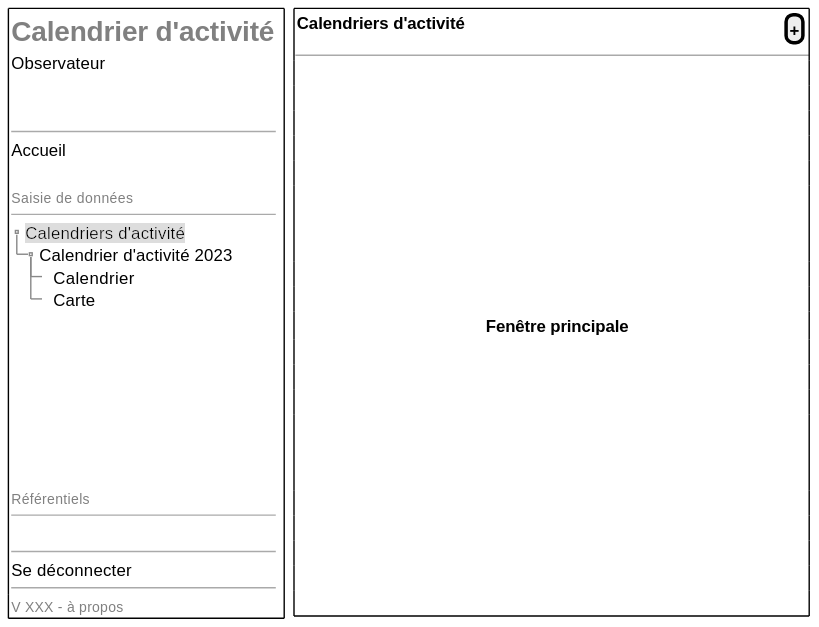
The PlantUML diagram projects/activity-calendar/spe/images/activity-calendar-tree-expanded.svg in sumaris-net/sumaris-doc, before a commit. Its diagram source:
```plantuml
@startsalt
{
  {+
   {
       <b><font color=grey size=20>Calendrier d'activité
       Observateur
       .
       .
       --
       Accueil    | .
       .
       <font color=grey size=10>Saisie de données
       --
        {T
                   +<back:#DDD>Calendriers d'activité
                   ++ Calendrier d'activité 2023 | .
                   +++ Calendrier | .
                   +++ Carte | .
              }

       .
       .
       .
       .
       .
       .

       .
       <font color=grey size=10>Référentiels
       --
       .

       --
       Se déconnecter       | .
       --
   }

   {
      <font color=grey size=10>V XXX - à propos
   }
  } | . | {+
    { <b>Calendriers d'activité | . |  . |  . | . | . | . | . | . | . | . | . | . | . | . | . | . | . |. |. |. |. |. |. |. |. |. |. |. |. |. |. |. |. |. |. |. |. |. |. |. |. |. |. |. |. |[<b>+] }
    --
    .
    .
    .
    .
    .
    .
    .
    .
    .
    .
    { | . | . | . | . | . | . | . | . | . | . | . | . | . | . | . | . | . | . | . | . | . | . | . | . | . | . | . | <b>Fenêtre principale }
    .
    .
    .
    .
    .
    .
    .
    .
    .
    .
    .

    } | . |
}
@endsalt
```
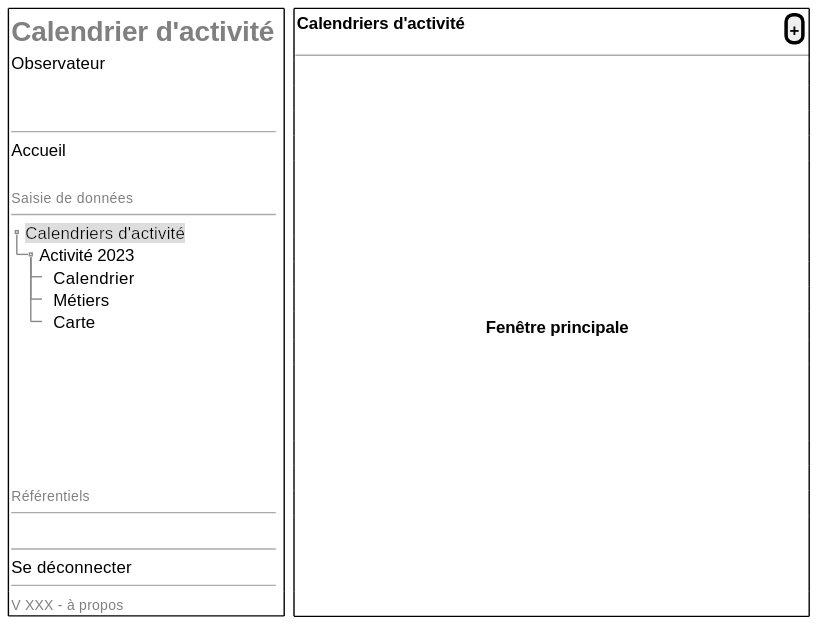
The same diagram one commit later.

Change to the diagram source:
```diff
@@ -13,8 +13,9 @@
        --
         {T
                    +<back:#DDD>Calendriers d'activité
-                   ++ Calendrier d'activité 2023 | .
+                   ++ Activité 2023 | .
                    +++ Calendrier | .
+                   +++ Métiers | .
                    +++ Carte | .
               }
 
@@ -23,8 +24,6 @@
        .
        .
        .
-       .
-
        .
        <font color=grey size=10>Référentiels
        --
```
